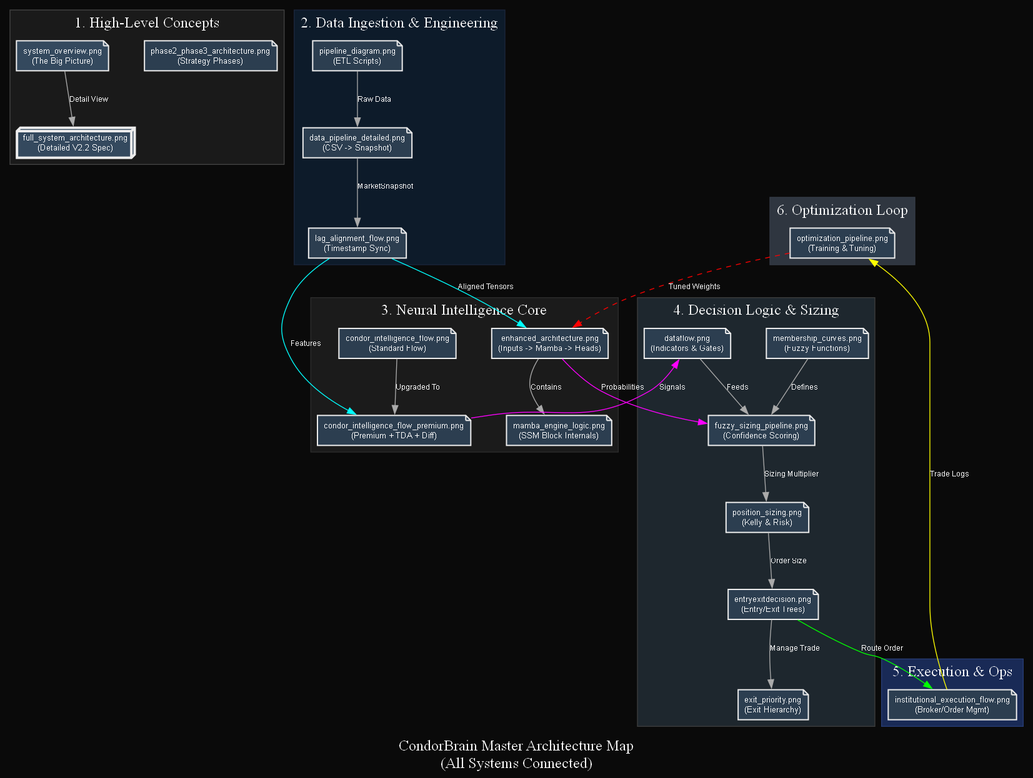
Above: docs/architecture/diagram_map.png in trextrader/spy-iron-condor-trading (Graphviz), before the change. Its source is kept beside it as docs/architecture/diagram_map.dot.
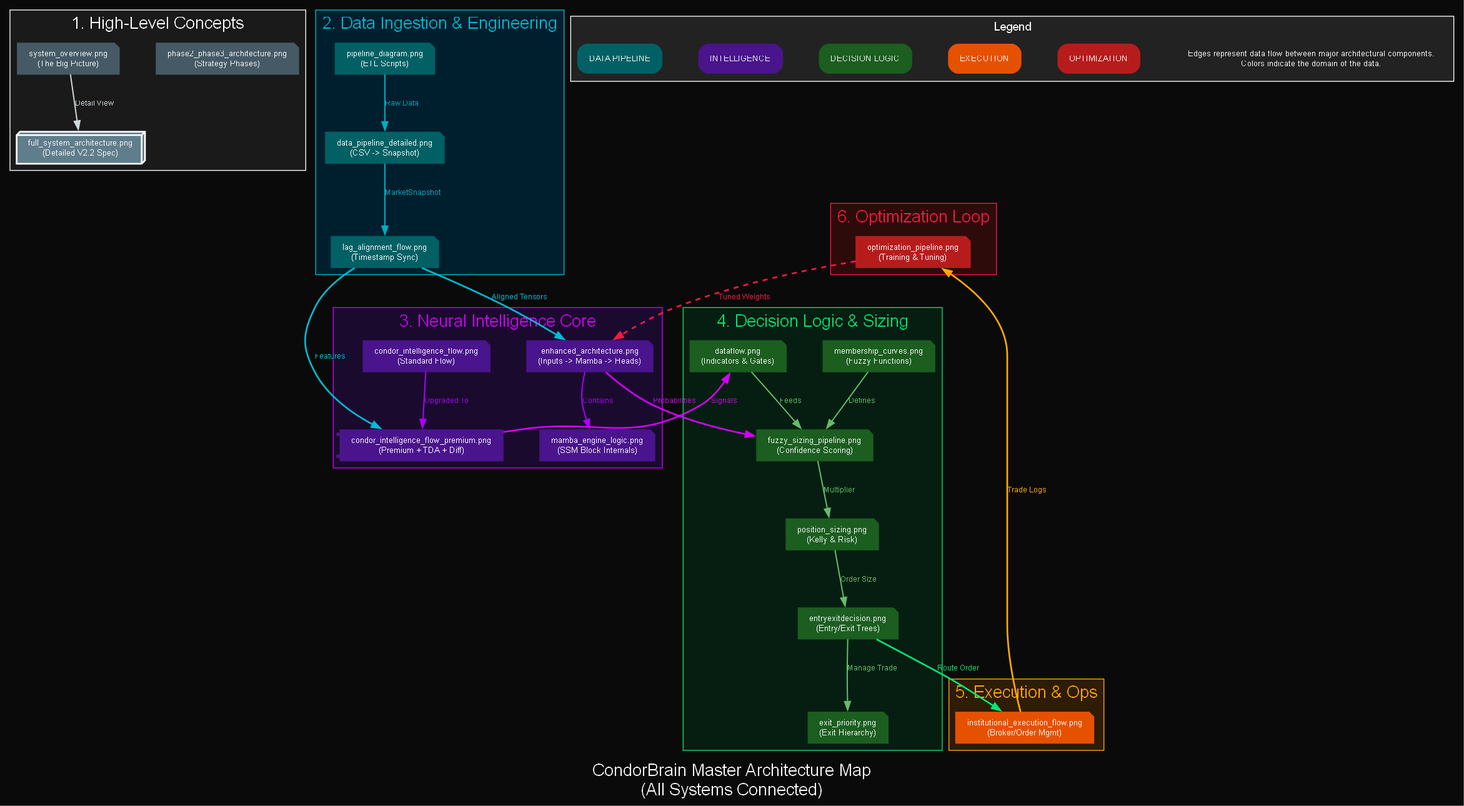
The same diagram one commit later.

Commit message:
Enhance Diagram Map with Color Coding and Legend

Change to the diagram source:
```diff
@@ -4,89 +4,95 @@
     nodesep=0.6;
     ranksep=0.8;
     bgcolor="#0a0a0a";
+    fontname="Helvetica";
 
-    node [shape=note, fontname="Helvetica", fontsize=10, style=filled, fillcolor="#2c3e50", fontcolor="white", color="#ececec", penwidth=1.5];
-    edge [fontname="Helvetica", fontsize=9, color="#aaaaaa", fontcolor="white"];
+    node [shape=note, fontname="Helvetica", fontsize=10, style="filled,rounded", fontcolor="white", penwidth=0, margin="0.2,0.1"];
+    edge [fontname="Helvetica", fontsize=9, penwidth=1.5];
 
     label = "CondorBrain Master Architecture Map\n(All Systems Connected)";
     fontcolor="white";
-    fontsize=18;
+    fontsize=20;
 
     subgraph cluster_overview {
         label = "1. High-Level Concepts";
         style = filled;
         fillcolor = "#1a1a1a";
-        color = "#444444";
+        color = "#ffffff";
         fontcolor = "white";
 
-        d_sys_overview [label="system_overview.png\n(The Big Picture)", href="system_overview.png", fillcolor="#34495e"];
-        d_full [label="full_system_architecture.png\n(Detailed V2.2 Spec)", href="full_system_architecture.png", fillcolor="#34495e", shape=box3d, penwidth=3];
+        d_sys_overview [label="system_overview.png\n(The Big Picture)", href="system_overview.png", fillcolor="#455a64"];
+        d_full [label="full_system_architecture.png\n(Detailed V2.2 Spec)", href="full_system_architecture.png", fillcolor="#607d8b", shape=box3d, penwidth=2, color="white"];
+        d_phase23 [label="phase2_phase3_architecture.png\n(Strategy Phases)", href="phase2_phase3_architecture.png", fillcolor="#455a64"];
 
-        d_phase23 [label="phase2_phase3_architecture.png\n(Strategy Phases)", href="phase2_phase3_architecture.png"];
-
-        d_sys_overview -> d_full [label="Detail View"];
+        d_sys_overview -> d_full [label="Detail View", color="#cfd8dc", fontcolor="#cfd8dc"];
     }
 
     subgraph cluster_data {
         label = "2. Data Ingestion & Engineering";
         style = filled;
-        fillcolor = "#0d1b2a";
-        color = "#1b263b";
-        fontcolor = "white";
+        fillcolor = "#001f2e"; // Very Dark Cyan
+        color = "#00bcd4";
+        fontcolor = "#00bcd4";
+
+        node [fillcolor="#006064", fontcolor="white"]; // Cyan Nodes
 
         d_pipeline [label="pipeline_diagram.png\n(ETL Scripts)", href="pipeline_diagram.png"];
         d_data_detailed [label="data_pipeline_detailed.png\n(CSV -> Snapshot)", href="data_pipeline_detailed.png"];
         d_lag [label="lag_alignment_flow.png\n(Timestamp Sync)", href="lag_alignment_flow.png"];
 
-        d_pipeline -> d_data_detailed [label="Raw Data"];
-        d_data_detailed -> d_lag [label="MarketSnapshot"];
+        d_pipeline -> d_data_detailed [label="Raw Data", color="#00acc1", fontcolor="#00acc1"];
+        d_data_detailed -> d_lag [label="MarketSnapshot", color="#00acc1", fontcolor="#00acc1"];
     }
 
     subgraph cluster_intel {
         label = "3. Neural Intelligence Core";
         style = filled;
-        fillcolor = "#1b1b1b";
-        color = "#2d2d2d";
-        fontcolor = "white";
+        fillcolor = "#1a0b2e"; // Very Dark Purple
+        color = "#d500f9";
+        fontcolor = "#d500f9";
+
+        node [fillcolor="#4a148c", fontcolor="white"]; // Purple Nodes
 
         d_enhanced [label="enhanced_architecture.png\n(Inputs -> Mamba -> Heads)", href="enhanced_architecture.png"];
         d_mamba_logic [label="mamba_engine_logic.png\n(SSM Block Internals)", href="mamba_engine_logic.png"];
+        d_flow [label="condor_intelligence_flow.png\n(Standard Flow)", href="condor_intelligence_flow.png"];
+        d_flow_prem [label="condor_intelligence_flow_premium.png\n(Premium + TDA + Diff)", href="condor_intelligence_flow_premium.png", shape=component];
 
-        d_flow [label="condor_intelligence_flow.png\n(Standard Flow)", href="condor_intelligence_flow.png"];
-        d_flow_prem [label="condor_intelligence_flow_premium.png\n(Premium + TDA + Diff)", href="condor_intelligence_flow_premium.png"];
-
-        d_enhanced -> d_mamba_logic [label="Contains"];
-        d_flow -> d_flow_prem [label="Upgraded To"];
+        d_enhanced -> d_mamba_logic [label="Contains", color="#aa00ff", fontcolor="#aa00ff"];
+        d_flow -> d_flow_prem [label="Upgraded To", color="#aa00ff", fontcolor="#aa00ff"];
     }
 
     subgraph cluster_logic {
         label = "4. Decision Logic & Sizing";
         style = filled;
-        fillcolor = "#1e272e";
-        color = "#3d3d3d";
-        fontcolor = "white";
+        fillcolor = "#051e11"; // Very Dark Green
+        color = "#00e676";
+        fontcolor = "#00e676";
+
+        node [fillcolor="#1b5e20", fontcolor="white"]; // Green Nodes
 
         d_dataflow [label="dataflow.png\n(Indicators & Gates)", href="dataflow.png"];
         d_fuzzy [label="fuzzy_sizing_pipeline.png\n(Confidence Scoring)", href="fuzzy_sizing_pipeline.png"];
         d_membership [label="membership_curves.png\n(Fuzzy Functions)", href="membership_curves.png"];
         d_pos_sizing [label="position_sizing.png\n(Kelly & Risk)", href="position_sizing.png"];
-
         d_entry_exit [label="entryexitdecision.png\n(Entry/Exit Trees)", href="entryexitdecision.png"];
         d_exit_prio [label="exit_priority.png\n(Exit Hierarchy)", href="exit_priority.png"];
 
-        d_membership -> d_fuzzy [label="Defines"];
-        d_dataflow -> d_fuzzy [label="Feeds"];
-        d_fuzzy -> d_pos_sizing [label="Sizing Multiplier"];
-        d_pos_sizing -> d_entry_exit [label="Order Size"];
-        d_entry_exit -> d_exit_prio [label="Manage Trade"];
+        d_membership -> d_fuzzy [label="Defines", color="#66bb6a", fontcolor="#66bb6a"];
+        d_dataflow -> d_fuzzy [label="Feeds", color="#66bb6a", fontcolor="#66bb6a"];
+        d_fuzzy -> d_pos_sizing [label="Multiplier", color="#66bb6a", fontcolor="#66bb6a"];
+        d_pos_sizing -> d_entry_exit [label="Order Size", color="#66bb6a", fontcolor="#66bb6a"];
+        d_entry_exit -> d_exit_prio [label="Manage Trade", color="#66bb6a", fontcolor="#66bb6a"];
     }
 
     subgraph cluster_exec {
         label = "5. Execution & Ops";
         style = filled;
-        fillcolor = "#192a56";
-        color = "#273c75";
-        fontcolor = "white";
+        fillcolor = "#2e1c05"; // Very Dark Orange
+        color = "#ffab00";
+        fontcolor = "#ffab00";
+
+        node [fillcolor="#e65100", fontcolor="white"]; // Orange Nodes
 
         d_inst_exec [label="institutional_execution_flow.png\n(Broker/Order Mgmt)", href="institutional_execution_flow.png"];
     }
@@ -94,24 +100,45 @@
     subgraph cluster_opt {
         label = "6. Optimization Loop";
         style = filled;
-        fillcolor = "#2f3640";
-        color = "#353b48";
-        fontcolor = "white";
+        fillcolor = "#2e0b0b"; // Very Dark Red
+        color = "#ff1744";
+        fontcolor = "#ff1744";
+
+        node [fillcolor="#b71c1c", fontcolor="white"]; // Red Nodes
 
         d_opt [label="optimization_pipeline.png\n(Training & Tuning)", href="optimization_pipeline.png"];
     }
 
+    subgraph cluster_legend {
+        label="Legend";
+        fontsize=14;
+        style=filled;
+        fillcolor="#222222";
+        color="white";
+        fontcolor="white";
 
-    d_lag -> d_enhanced [label="Aligned Tensors", color="cyan"];
-    d_lag -> d_flow_prem [label="Features", color="cyan"];
+        {rank=same; leg_data; leg_intel; leg_logic; leg_exec; leg_opt}
 
-    d_enhanced -> d_fuzzy [label="Probabilities", color="magenta"];
-    d_flow_prem -> d_dataflow [label="Signals", color="magenta"];
+        leg_data [label="DATA PIPELINE", fillcolor="#006064", shape=rect];
+        leg_intel [label="INTELLIGENCE", fillcolor="#4a148c", shape=rect];
+        leg_logic [label="DECISION LOGIC", fillcolor="#1b5e20", shape=rect];
+        leg_exec [label="EXECUTION", fillcolor="#e65100", shape=rect];
+        leg_opt [label="OPTIMIZATION", fillcolor="#b71c1c", shape=rect];
 
-    d_entry_exit -> d_inst_exec [label="Route Order", color="lime"];
+        leg_desc [label="Edges represent data flow between major architectural components.\nColors indicate the domain of the data.", shape=plaintext, fillcolor=none];
+    }
 
-    d_inst_exec -> d_opt [label="Trade Logs", color="yellow"];
 
-    d_opt -> d_enhanced [label="Tuned Weights", color="red", style=dashed];
+    d_lag -> d_enhanced [label="Aligned Tensors", color="#00bcd4", fontcolor="#00bcd4", penwidth=2];
+    d_lag -> d_flow_prem [label="Features", color="#00bcd4", fontcolor="#00bcd4", penwidth=2];
+
+    d_enhanced -> d_fuzzy [label="Probabilities", color="#d500f9", fontcolor="#d500f9", penwidth=2];
+    d_flow_prem -> d_dataflow [label="Signals", color="#d500f9", fontcolor="#d500f9", penwidth=2];
+
+    d_entry_exit -> d_inst_exec [label="Route Order", color="#00e676", fontcolor="#00e676", penwidth=2];
+
+    d_inst_exec -> d_opt [label="Trade Logs", color="#ffab00", fontcolor="#ffab00", penwidth=2];
+
+    d_opt -> d_enhanced [label="Tuned Weights", color="#ff1744", fontcolor="#ff1744", penwidth=2, style=dashed];
 
 }
```
